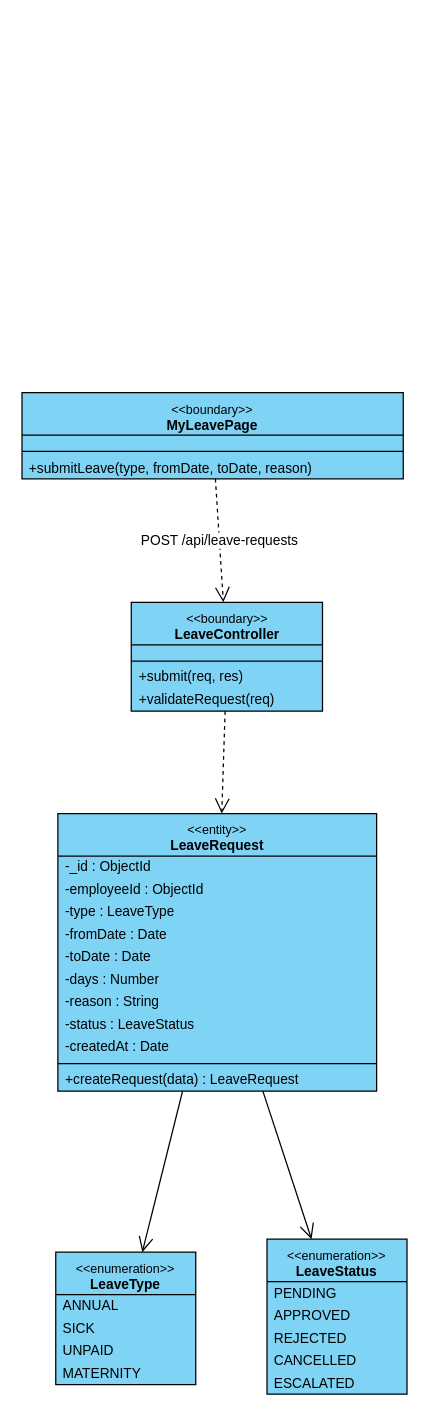
The draw.io diagram final/diagrams/M5_Front-Desk-And-HR_Diagrams/class_diagrams/CD-19_UC-E15_SubmitLeaveRequest.drawio in toikobi401/SWD392, before the edit. Source tidied: cells renumbered, new cells numbered last; positions are measured from the earlier drawing's top-left corner, leaving out a move shared by most shapes. Both pictures are drawn from the tidied source at 125%, with x=0, y=0 at pixel (21, 391).
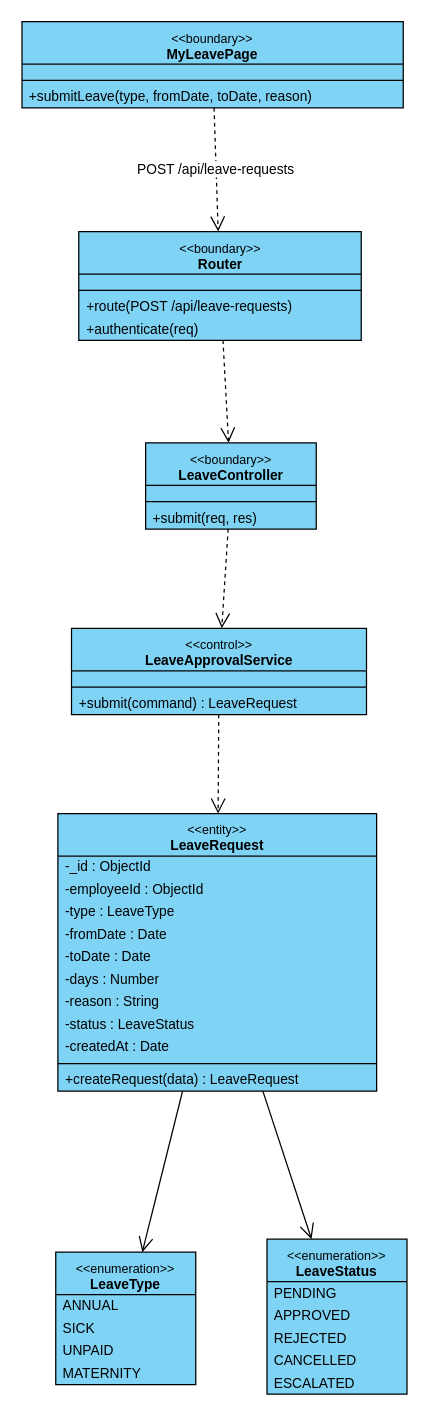
After the change.

Unchanged cells that the change refers to:
```xml
<mxCell id="11" value="&lt;font style=&quot;font-size:10px&quot;&gt;&amp;lt;&amp;lt;entity&amp;gt;&amp;gt;&lt;/font&gt;&lt;br&gt;&lt;b&gt;LeaveRequest&lt;/b&gt;" style="swimlane;fontStyle=0;align=center;verticalAlign=top;horizontal=1;startSize=34;html=1;whiteSpace=wrap;fontSize=11;fillColor=#7fd3f5;swimlaneFillColor=#7fd3f5;strokeColor=#000000;" parent="1" vertex="1">
  <mxGeometry x="28.8" y="337.4" width="255" height="222" as="geometry" />
</mxCell>
<mxCell id="23" value="&lt;font style=&quot;font-size:10px&quot;&gt;&amp;lt;&amp;lt;enumeration&amp;gt;&amp;gt;&lt;/font&gt;&lt;br&gt;&lt;b&gt;LeaveType&lt;/b&gt;" style="swimlane;fontStyle=0;align=center;verticalAlign=top;horizontal=1;startSize=34;html=1;whiteSpace=wrap;fontSize=11;fillColor=#7fd3f5;swimlaneFillColor=#7fd3f5;strokeColor=#000000;" parent="1" vertex="1">
  <mxGeometry x="27.1" y="688.2" width="112" height="106" as="geometry" />
</mxCell>
<mxCell id="28" value="&lt;font style=&quot;font-size:10px&quot;&gt;&amp;lt;&amp;lt;enumeration&amp;gt;&amp;gt;&lt;/font&gt;&lt;br&gt;&lt;b&gt;LeaveStatus&lt;/b&gt;" style="swimlane;fontStyle=0;align=center;verticalAlign=top;horizontal=1;startSize=34;html=1;whiteSpace=wrap;fontSize=11;fillColor=#7fd3f5;swimlaneFillColor=#7fd3f5;strokeColor=#000000;" parent="1" vertex="1">
  <mxGeometry x="196.1" y="677.8" width="112" height="124" as="geometry" />
</mxCell>
```

The edit, as a diff of the source:
```diff
@@
     <mxCell id="2" value="&lt;font style=&quot;font-size:10px&quot;&gt;&amp;lt;&amp;lt;boundary&amp;gt;&amp;gt;&lt;/font&gt;&lt;br&gt;&lt;b&gt;MyLeavePage&lt;/b&gt;" style="swimlane;fontStyle=0;align=center;verticalAlign=top;horizontal=1;startSize=34;html=1;whiteSpace=wrap;fontSize=11;fillColor=#7fd3f5;swimlaneFillColor=#7fd3f5;strokeColor=#000000;" parent="1" vertex="1">
-      <mxGeometry x="0.1" y="0.5" width="305" height="69" as="geometry" />
+      <mxGeometry x="0.1" y="-296.2" width="305" height="69" as="geometry" />
     </mxCell>
@@
+    <mxCell id="38" value="&lt;font style=&quot;font-size:10px&quot;&gt;&amp;lt;&amp;lt;boundary&amp;gt;&amp;gt;&lt;/font&gt;&lt;br&gt;&lt;b&gt;Router&lt;/b&gt;" style="swimlane;fontStyle=0;align=center;verticalAlign=top;horizontal=1;startSize=34;html=1;whiteSpace=wrap;fontSize=11;fillColor=#7fd3f5;swimlaneFillColor=#7fd3f5;strokeColor=#000000;" parent="1" vertex="1">
+      <mxGeometry x="45.5" y="-128.3" width="226" height="87" as="geometry" />
+    </mxCell>
+    <mxCell id="39" style="text;strokeColor=none;fillColor=none;html=1;" parent="38" vertex="1">
+      <mxGeometry y="34" width="226" height="9" as="geometry" />
+    </mxCell>
+    <mxCell id="40" style="line;strokeWidth=1;fillColor=none;align=left;verticalAlign=middle;spacingTop=-1;spacingLeft=3;spacingRight=3;labelPosition=right;strokeColor=#000000;" parent="38" vertex="1">
+      <mxGeometry y="43" width="226" height="8" as="geometry" />
+    </mxCell>
+    <mxCell id="41" value="+route(POST /api/leave-requests)" style="text;strokeColor=none;fillColor=none;align=left;verticalAlign=middle;spacingLeft=4;spacingRight=4;overflow=hidden;whiteSpace=nowrap;html=1;fontSize=11;" parent="38" vertex="1">
+      <mxGeometry y="51" width="226" height="18" as="geometry" />
+    </mxCell>
+    <mxCell id="42" value="+authenticate(req)" style="text;strokeColor=none;fillColor=none;align=left;verticalAlign=middle;spacingLeft=4;spacingRight=4;overflow=hidden;whiteSpace=nowrap;html=1;fontSize=11;" parent="38" vertex="1">
+      <mxGeometry y="69" width="226" height="18" as="geometry" />
+    </mxCell>
     <mxCell id="6" value="&lt;font style=&quot;font-size:10px&quot;&gt;&amp;lt;&amp;lt;boundary&amp;gt;&amp;gt;&lt;/font&gt;&lt;br&gt;&lt;b&gt;LeaveController&lt;/b&gt;" style="swimlane;fontStyle=0;align=center;verticalAlign=top;horizontal=1;startSize=34;html=1;whiteSpace=wrap;fontSize=11;fillColor=#7fd3f5;swimlaneFillColor=#7fd3f5;strokeColor=#000000;" parent="1" vertex="1">
-      <mxGeometry x="87.5" y="168.4" width="153" height="87" as="geometry" />
+      <mxGeometry x="99" y="40.7" width="136.5" height="69" as="geometry" />
     </mxCell>
     <mxCell id="7" style="text;strokeColor=none;fillColor=none;html=1;" parent="6" vertex="1">
-      <mxGeometry y="34" width="153" height="9" as="geometry" />
+      <mxGeometry y="34" width="136.5" height="9" as="geometry" />
     </mxCell>
     <mxCell id="8" style="line;strokeWidth=1;fillColor=none;align=left;verticalAlign=middle;spacingTop=-1;spacingLeft=3;spacingRight=3;labelPosition=right;strokeColor=#000000;" parent="6" vertex="1">
-      <mxGeometry y="43" width="153" height="8" as="geometry" />
+      <mxGeometry y="43" width="136.5" height="8" as="geometry" />
     </mxCell>
     <mxCell id="9" value="+submit(req, res)" style="text;strokeColor=none;fillColor=none;align=left;verticalAlign=middle;spacingLeft=4;spacingRight=4;overflow=hidden;whiteSpace=nowrap;html=1;fontSize=11;" parent="6" vertex="1">
-      <mxGeometry y="51" width="153" height="18" as="geometry" />
+      <mxGeometry y="51" width="136.5" height="18" as="geometry" />
     </mxCell>
-    <mxCell id="10" value="+validateRequest(req)" style="text;strokeColor=none;fillColor=none;align=left;verticalAlign=middle;spacingLeft=4;spacingRight=4;overflow=hidden;whiteSpace=nowrap;html=1;fontSize=11;" parent="6" vertex="1">
-      <mxGeometry y="69" width="153" height="18" as="geometry" />
-    </mxCell>
+    <mxCell id="43" value="&lt;font style=&quot;font-size:10px&quot;&gt;&amp;lt;&amp;lt;control&amp;gt;&amp;gt;&lt;/font&gt;&lt;br&gt;&lt;b&gt;LeaveApprovalService&lt;/b&gt;" style="swimlane;fontStyle=0;align=center;verticalAlign=top;horizontal=1;startSize=34;html=1;whiteSpace=wrap;fontSize=11;fillColor=#7fd3f5;swimlaneFillColor=#7fd3f5;strokeColor=#000000;" parent="1" vertex="1">
+      <mxGeometry x="39.7" y="189.1" width="236" height="69" as="geometry" />
+    </mxCell>
+    <mxCell id="44" style="text;strokeColor=none;fillColor=none;html=1;" parent="43" vertex="1">
+      <mxGeometry y="34" width="236" height="9" as="geometry" />
+    </mxCell>
+    <mxCell id="45" style="line;strokeWidth=1;fillColor=none;align=left;verticalAlign=middle;spacingTop=-1;spacingLeft=3;spacingRight=3;labelPosition=right;strokeColor=#000000;" parent="43" vertex="1">
+      <mxGeometry y="43" width="236" height="8" as="geometry" />
+    </mxCell>
+    <mxCell id="46" value="+submit(command) : LeaveRequest" style="text;strokeColor=none;fillColor=none;align=left;verticalAlign=middle;spacingLeft=4;spacingRight=4;overflow=hidden;whiteSpace=nowrap;html=1;fontSize=11;" parent="43" vertex="1">
+      <mxGeometry y="51" width="236" height="18" as="geometry" />
+    </mxCell>
@@
-    <mxCell id="34" value="POST /api/leave-requests" style="html=1;rounded=0;fontSize=11;labelBackgroundColor=#ffffff;dashed=1;endArrow=open;endSize=10;" parent="1" edge="1" source="2" target="6">
+    <mxCell id="34" value="POST /api/leave-requests" style="html=1;rounded=0;fontSize=11;labelBackgroundColor=#ffffff;dashed=1;endArrow=open;endSize=10;" parent="1" edge="1" source="2" target="38">
       <mxGeometry relative="1" as="geometry" />
     </mxCell>
-    <mxCell id="35" style="html=1;rounded=0;fontSize=11;labelBackgroundColor=#ffffff;dashed=1;endArrow=open;endSize=10;" parent="1" edge="1" source="6" target="11">
+    <mxCell id="35" style="html=1;rounded=0;fontSize=11;labelBackgroundColor=#ffffff;dashed=1;endArrow=open;endSize=10;" parent="1" edge="1" source="38" target="6">
       <mxGeometry relative="1" as="geometry" />
     </mxCell>
-    <mxCell id="36" style="html=1;rounded=0;fontSize=11;labelBackgroundColor=#ffffff;endArrow=open;endSize=10;" parent="1" edge="1" source="11" target="23">
+    <mxCell id="36" style="html=1;rounded=0;fontSize=11;labelBackgroundColor=#ffffff;dashed=1;endArrow=open;endSize=10;" parent="1" edge="1" source="6" target="43">
       <mxGeometry relative="1" as="geometry" />
     </mxCell>
-    <mxCell id="37" style="html=1;rounded=0;fontSize=11;labelBackgroundColor=#ffffff;endArrow=open;endSize=10;" parent="1" edge="1" source="11" target="28">
+    <mxCell id="37" style="html=1;rounded=0;fontSize=11;labelBackgroundColor=#ffffff;dashed=1;endArrow=open;endSize=10;" parent="1" edge="1" source="43" target="11">
       <mxGeometry relative="1" as="geometry" />
     </mxCell>
+    <mxCell id="47" style="html=1;rounded=0;fontSize=11;labelBackgroundColor=#ffffff;endArrow=open;endSize=10;" parent="1" edge="1" source="11" target="23">
+      <mxGeometry relative="1" as="geometry" />
+    </mxCell>
+    <mxCell id="48" style="html=1;rounded=0;fontSize=11;labelBackgroundColor=#ffffff;endArrow=open;endSize=10;" parent="1" edge="1" source="11" target="28">
+      <mxGeometry relative="1" as="geometry" />
+    </mxCell>
```
